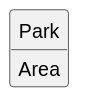
The PlantUML diagram docs/sprintA/us001/02.analysis/svg/us001-domain-model.svg in Departamento-de-Engenharia-Informatica/lei-24-s2-1dm-g132, before a commit. Source of this version:
```plantuml
@startuml
skinparam monochrome true
skinparam packageStyle rectangle
skinparam shadowing false

skinparam classAttributeIconSize 0
hide circle
hide methods
class Park{
 Area
}
@enduml
```
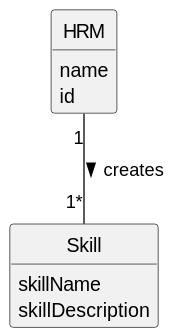
Later version of the same file.

Commit message:
US001 - Beginning of the domain model

Diff of the diagram source:
```diff
@@ -4,9 +4,22 @@
 skinparam shadowing false
 
 skinparam classAttributeIconSize 0
+
 hide circle
 hide methods
-class Park{
- Area
+
+
+
+class HRM {
+    name
+    id
 }
+
+class Skill {
+    skillName
+    skillDescription
+
+}
+
+HRM "1" -- "1*" Skill : creates >
 @enduml
```
